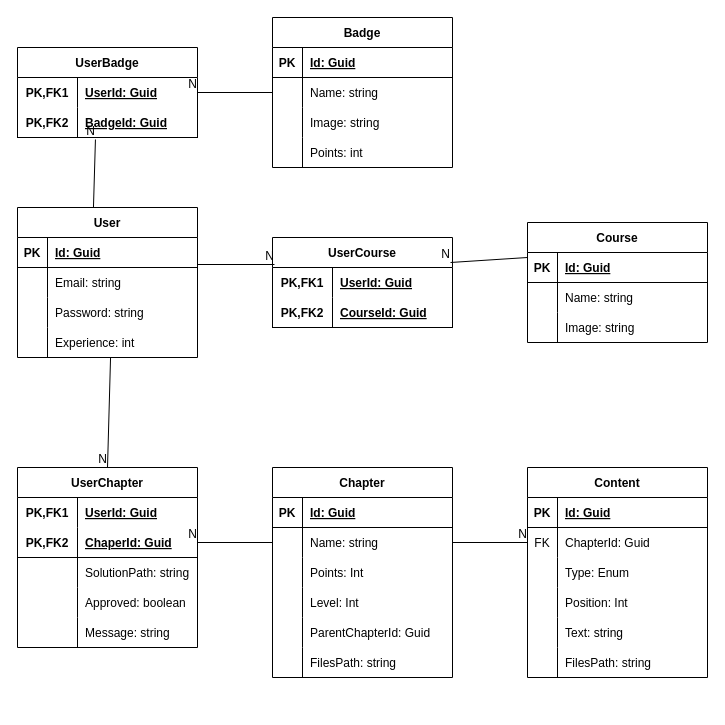
This is documentation/diagrams/database.drawio from Akitektuo/Thesis, a draw.io file, before an edit. Source tidied: cells renumbered, new cells numbered last; positions are measured from the earlier drawing's top-left corner, leaving out a move shared by most shapes. Both pictures are drawn from the tidied source at 100%, with x=0, y=0 at pixel (17, 17).
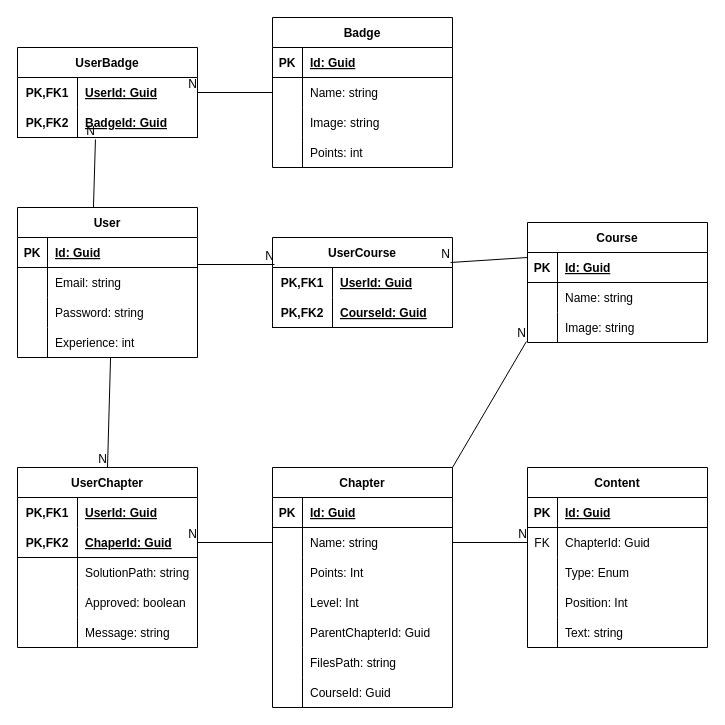
The same page after the edit.

Unchanged cells that the change refers to:
```xml
<mxCell id="22" style="shape=partialRectangle;fillColor=none;top=0;left=0;bottom=0;right=0;points=[[0,0.5],[1,0.5]];portConstraint=eastwest;" parent="15" vertex="1">
  <mxGeometry y="90" width="180" height="30" as="geometry" />
</mxCell>
```

Diff of the diagram source:
```diff
@@
     <mxCell id="38" value="Chapter" style="shape=table;startSize=30;childLayout=tableLayout;rowLines=0;fontStyle=1;align=center;" parent="1" vertex="1">
-      <mxGeometry x="255" y="450" width="180" height="210" as="geometry" />
+      <mxGeometry x="255" y="450" width="180" height="240" as="geometry" />
     </mxCell>
@@
+    <mxCell id="120" style="shape=partialRectangle;fillColor=none;top=0;left=0;bottom=0;right=0;" parent="38" vertex="1">
+      <mxGeometry y="210" width="180" height="30" as="geometry" />
+    </mxCell>
+    <mxCell id="104" style="shape=partialRectangle;fillColor=none;top=0;left=0;bottom=0;right=0;overflow=hidden;" parent="120" vertex="1">
+      <mxGeometry width="30" height="30" as="geometry" />
+    </mxCell>
+    <mxCell id="121" value="CourseId: Guid" style="shape=partialRectangle;fillColor=none;top=0;left=0;bottom=0;right=0;align=left;spacingLeft=6;overflow=hidden;" parent="120" vertex="1">
+      <mxGeometry x="30" width="150" height="30" as="geometry" />
+    </mxCell>
@@
     <mxCell id="87" value="Content" style="shape=table;startSize=30;childLayout=tableLayout;rowLines=0;fontStyle=1;align=center;" parent="1" vertex="1">
-      <mxGeometry x="510" y="450" width="180" height="210" as="geometry" />
+      <mxGeometry x="510" y="450" width="180" height="180" as="geometry" />
     </mxCell>
@@
-    <mxCell id="103" style="shape=partialRectangle;fillColor=none;top=0;left=0;bottom=0;right=0;" parent="87" vertex="1">
-      <mxGeometry y="180" width="180" height="30" as="geometry" />
-    </mxCell>
-    <mxCell id="104" style="shape=partialRectangle;fillColor=none;top=0;left=0;bottom=0;right=0;overflow=hidden;" parent="103" vertex="1">
-      <mxGeometry width="30" height="30" as="geometry" />
-    </mxCell>
-    <mxCell id="105" value="FilesPath: string" style="shape=partialRectangle;fillColor=none;top=0;left=0;bottom=0;right=0;align=left;spacingLeft=6;overflow=hidden;" parent="103" vertex="1">
-      <mxGeometry x="30" width="150" height="30" as="geometry" />
-    </mxCell>
@@
+    <mxCell id="122" style="endArrow=none;html=1;rounded=0;exitX=1;exitY=0;exitDx=0;exitDy=0;entryX=-0.006;entryY=0.967;entryDx=0;entryDy=0;entryPerimeter=0;" parent="1" edge="1" source="38" target="22">
+      <mxGeometry relative="1" as="geometry" />
+    </mxCell>
+    <mxCell id="123" value="N" style="html=1;align=right;verticalAlign=bottom;" parent="122" vertex="1">
+      <mxGeometry x="1" relative="1" as="geometry" />
+    </mxCell>
```
